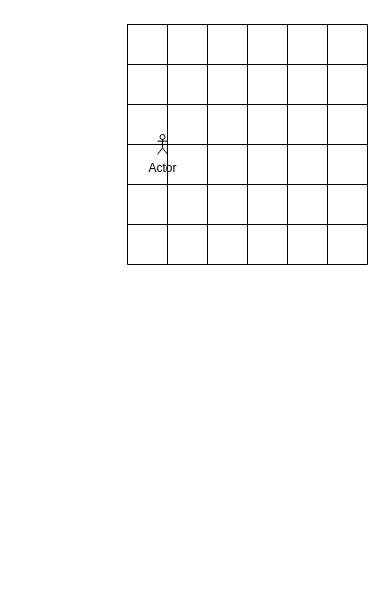
Above: page "第 1 页" (1 of 4) of note.drawio in xuxinyang/luogu (draw.io), before the change. Source tidied: cells renumbered, new cells numbered last; positions are measured from the earlier drawing's top-left corner, leaving out a move shared by most shapes. Both pictures are drawn from the tidied source at 100%, with x=0, y=0 at pixel (127, 24).
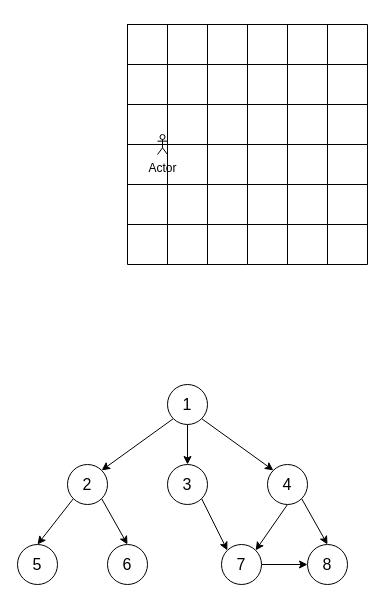
After the change.

Change to the diagram source:
```diff
@@
+    <mxCell id="59" style="edgeStyle=none;html=1;exitX=0;exitY=1;exitDx=0;exitDy=0;entryX=1;entryY=0;entryDx=0;entryDy=0;" parent="1" edge="1" source="62" target="70">
+      <mxGeometry relative="1" as="geometry" />
+    </mxCell>
+    <mxCell id="60" style="edgeStyle=none;html=1;exitX=0.5;exitY=1;exitDx=0;exitDy=0;entryX=0.5;entryY=0;entryDx=0;entryDy=0;" parent="1" edge="1" source="62" target="67">
+      <mxGeometry relative="1" as="geometry" />
+    </mxCell>
+    <mxCell id="61" style="edgeStyle=none;html=1;exitX=1;exitY=1;exitDx=0;exitDy=0;entryX=0;entryY=0;entryDx=0;entryDy=0;" parent="1" edge="1" source="62" target="65">
+      <mxGeometry relative="1" as="geometry" />
+    </mxCell>
+    <mxCell id="62" value="&lt;font style=&quot;font-size: 16px;&quot;&gt;1&lt;/font&gt;" style="ellipse;whiteSpace=wrap;html=1;" parent="1" vertex="1">
+      <mxGeometry x="40" y="360" width="40" height="40" as="geometry" />
+    </mxCell>
+    <mxCell id="63" style="edgeStyle=none;html=1;exitX=1;exitY=1;exitDx=0;exitDy=0;entryX=0.5;entryY=0;entryDx=0;entryDy=0;" parent="1" edge="1" source="65" target="75">
+      <mxGeometry relative="1" as="geometry" />
+    </mxCell>
+    <mxCell id="64" style="edgeStyle=none;html=1;exitX=0.5;exitY=1;exitDx=0;exitDy=0;entryX=1;entryY=0;entryDx=0;entryDy=0;" parent="1" edge="1" source="65" target="74">
+      <mxGeometry relative="1" as="geometry" />
+    </mxCell>
+    <mxCell id="65" value="&lt;font style=&quot;font-size: 16px;&quot;&gt;4&lt;/font&gt;" style="ellipse;whiteSpace=wrap;html=1;" parent="1" vertex="1">
+      <mxGeometry x="140" y="440" width="40" height="40" as="geometry" />
+    </mxCell>
+    <mxCell id="66" style="edgeStyle=none;html=1;exitX=1;exitY=1;exitDx=0;exitDy=0;entryX=0;entryY=0;entryDx=0;entryDy=0;" parent="1" edge="1" source="67" target="74">
+      <mxGeometry relative="1" as="geometry" />
+    </mxCell>
+    <mxCell id="67" value="&lt;font style=&quot;font-size: 16px;&quot;&gt;3&lt;/font&gt;" style="ellipse;whiteSpace=wrap;html=1;" parent="1" vertex="1">
+      <mxGeometry x="40" y="440" width="40" height="40" as="geometry" />
+    </mxCell>
+    <mxCell id="68" style="edgeStyle=none;html=1;exitX=0;exitY=1;exitDx=0;exitDy=0;entryX=0.5;entryY=0;entryDx=0;entryDy=0;" parent="1" edge="1" source="70" target="71">
+      <mxGeometry relative="1" as="geometry" />
+    </mxCell>
+    <mxCell id="69" style="edgeStyle=none;html=1;exitX=1;exitY=1;exitDx=0;exitDy=0;entryX=0.5;entryY=0;entryDx=0;entryDy=0;" parent="1" edge="1" source="70" target="72">
+      <mxGeometry relative="1" as="geometry" />
+    </mxCell>
+    <mxCell id="70" value="&lt;font style=&quot;font-size: 16px;&quot;&gt;2&lt;/font&gt;" style="ellipse;whiteSpace=wrap;html=1;" parent="1" vertex="1">
+      <mxGeometry x="-60" y="440" width="40" height="40" as="geometry" />
+    </mxCell>
+    <mxCell id="71" value="&lt;font style=&quot;font-size: 16px;&quot;&gt;5&lt;/font&gt;" style="ellipse;whiteSpace=wrap;html=1;" parent="1" vertex="1">
+      <mxGeometry x="-110" y="520" width="40" height="40" as="geometry" />
+    </mxCell>
+    <mxCell id="72" value="&lt;font style=&quot;font-size: 16px;&quot;&gt;6&lt;/font&gt;" style="ellipse;whiteSpace=wrap;html=1;" parent="1" vertex="1">
+      <mxGeometry x="-20" y="520" width="40" height="40" as="geometry" />
+    </mxCell>
+    <mxCell id="73" style="edgeStyle=none;html=1;exitX=1;exitY=0.5;exitDx=0;exitDy=0;entryX=0;entryY=0.5;entryDx=0;entryDy=0;" parent="1" edge="1" source="74" target="75">
+      <mxGeometry relative="1" as="geometry" />
+    </mxCell>
+    <mxCell id="74" value="&lt;font style=&quot;font-size: 16px;&quot;&gt;7&lt;/font&gt;" style="ellipse;whiteSpace=wrap;html=1;" parent="1" vertex="1">
+      <mxGeometry x="94" y="520" width="40" height="40" as="geometry" />
+    </mxCell>
+    <mxCell id="75" value="&lt;font style=&quot;font-size: 16px;&quot;&gt;8&lt;/font&gt;" style="ellipse;whiteSpace=wrap;html=1;" parent="1" vertex="1">
+      <mxGeometry x="180" y="520" width="40" height="40" as="geometry" />
+    </mxCell>
```
